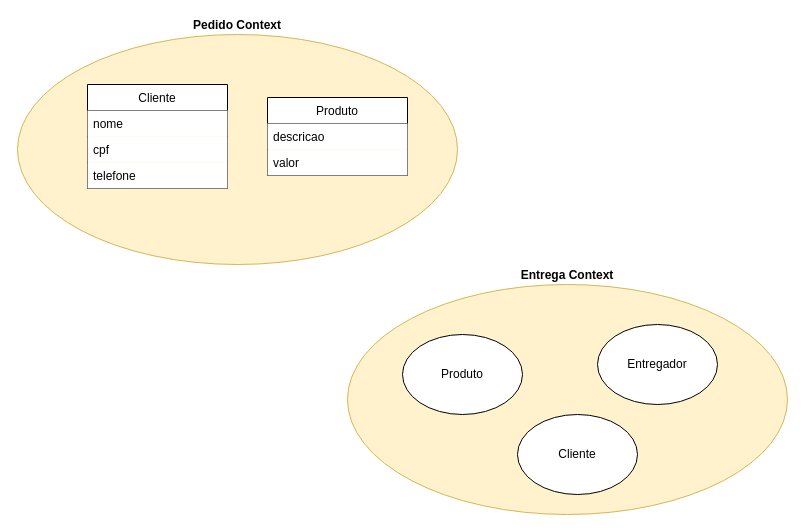
Earlier version of the draw.io diagram POC_DDD.drawio (cesarbcruz/poc-nestjs-ddd). Source tidied: cells renumbered, new cells numbered last; positions are measured from the earlier drawing's top-left corner, leaving out a move shared by most shapes. Both pictures are drawn from the tidied source at 100%, with x=0, y=0 at pixel (17, 34).
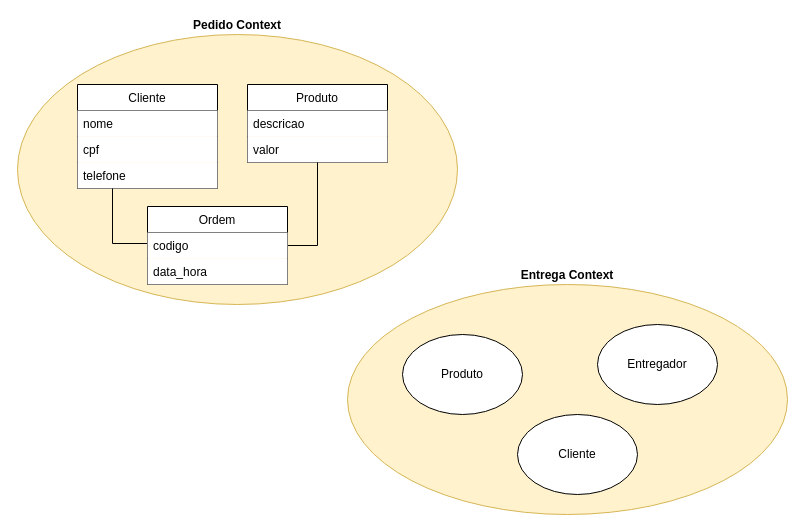
After the change.

The change refers to these unchanged cells:
```xml
<mxCell id="13" value="valor" style="text;strokeColor=none;align=left;verticalAlign=top;spacingLeft=4;spacingRight=4;overflow=hidden;points=[[0,0.5],[1,0.5]];portConstraint=eastwest;fillColor=#ffffff;" parent="11" vertex="1">
  <mxGeometry y="52" width="140" height="26" as="geometry" />
</mxCell>
```

What changed in the source:
```diff
@@
     <mxCell id="2" value="&lt;b&gt;Pedido Context&lt;/b&gt;" style="ellipse;whiteSpace=wrap;html=1;labelPosition=center;verticalLabelPosition=top;align=center;verticalAlign=bottom;fillColor=#fff2cc;strokeColor=#d6b656;" parent="1" vertex="1">
-      <mxGeometry width="440" height="230" as="geometry" />
+      <mxGeometry width="440" height="270" as="geometry" />
     </mxCell>
@@
     <mxCell id="7" value="Cliente" style="swimlane;fontStyle=0;horizontal=1;startSize=26;" parent="1" vertex="1">
-      <mxGeometry x="70" y="50" width="140" height="104" as="geometry" />
+      <mxGeometry x="60" y="50" width="140" height="104" as="geometry" />
     </mxCell>
@@
     <mxCell id="11" value="Produto" style="swimlane;fontStyle=0;horizontal=1;startSize=26;" parent="1" vertex="1">
-      <mxGeometry x="250" y="63" width="140" height="78" as="geometry" />
+      <mxGeometry x="230" y="50" width="140" height="78" as="geometry" />
     </mxCell>
@@
+    <mxCell id="14" style="edgeStyle=orthogonalEdgeStyle;rounded=0;jettySize=auto;html=1;entryX=0.25;entryY=1;entryDx=0;entryDy=0;endArrow=none;endFill=0;" parent="1" edge="1" source="16" target="7">
+      <mxGeometry relative="1" as="geometry">
+        <Array as="points">
+          <mxPoint x="95" y="209" />
+        </Array>
+      </mxGeometry>
+    </mxCell>
+    <mxCell id="15" style="edgeStyle=orthogonalEdgeStyle;rounded=0;jettySize=auto;html=1;exitX=1;exitY=0.5;exitDx=0;exitDy=0;entryX=0.5;entryY=1;entryDx=0;entryDy=0;entryPerimeter=0;endArrow=none;endFill=0;" parent="1" edge="1" source="16" target="13">
+      <mxGeometry relative="1" as="geometry" />
+    </mxCell>
+    <mxCell id="16" value="Ordem" style="swimlane;fontStyle=0;horizontal=1;startSize=26;" parent="1" vertex="1">
+      <mxGeometry x="130" y="172" width="140" height="78" as="geometry" />
+    </mxCell>
+    <mxCell id="17" value="codigo" style="text;strokeColor=none;align=left;verticalAlign=top;spacingLeft=4;spacingRight=4;overflow=hidden;fillColor=#ffffff;" parent="16" vertex="1">
+      <mxGeometry y="26" width="140" height="26" as="geometry" />
+    </mxCell>
+    <mxCell id="18" value="data_hora" style="text;strokeColor=none;align=left;verticalAlign=top;spacingLeft=4;spacingRight=4;overflow=hidden;fillColor=#ffffff;" parent="16" vertex="1">
+      <mxGeometry y="52" width="140" height="26" as="geometry" />
+    </mxCell>
```
